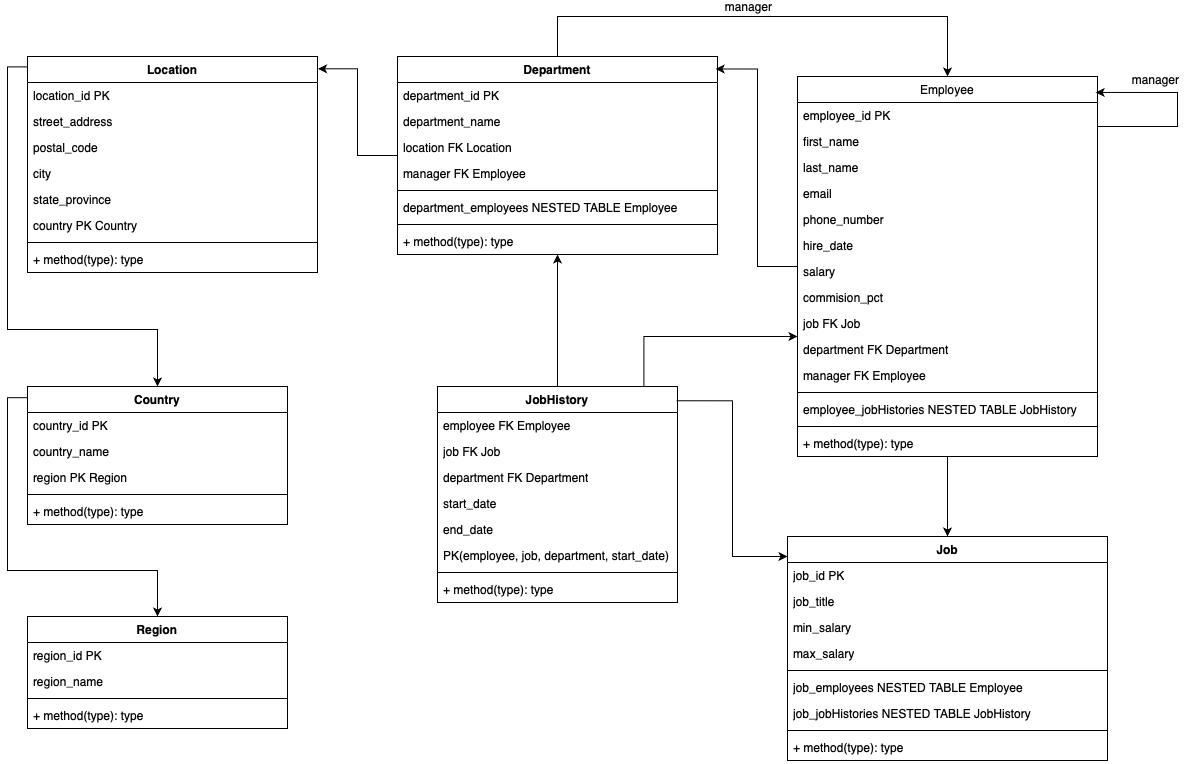
diogofonte/feup-tbd keeps this draw.io diagram as project2/data_model/object-relational-data-model-diagram.png. Above is the earlier version. Source tidied: cells renumbered, new cells last; positions are measured from the earlier drawing's top-left corner, leaving out a move shared by most shapes.
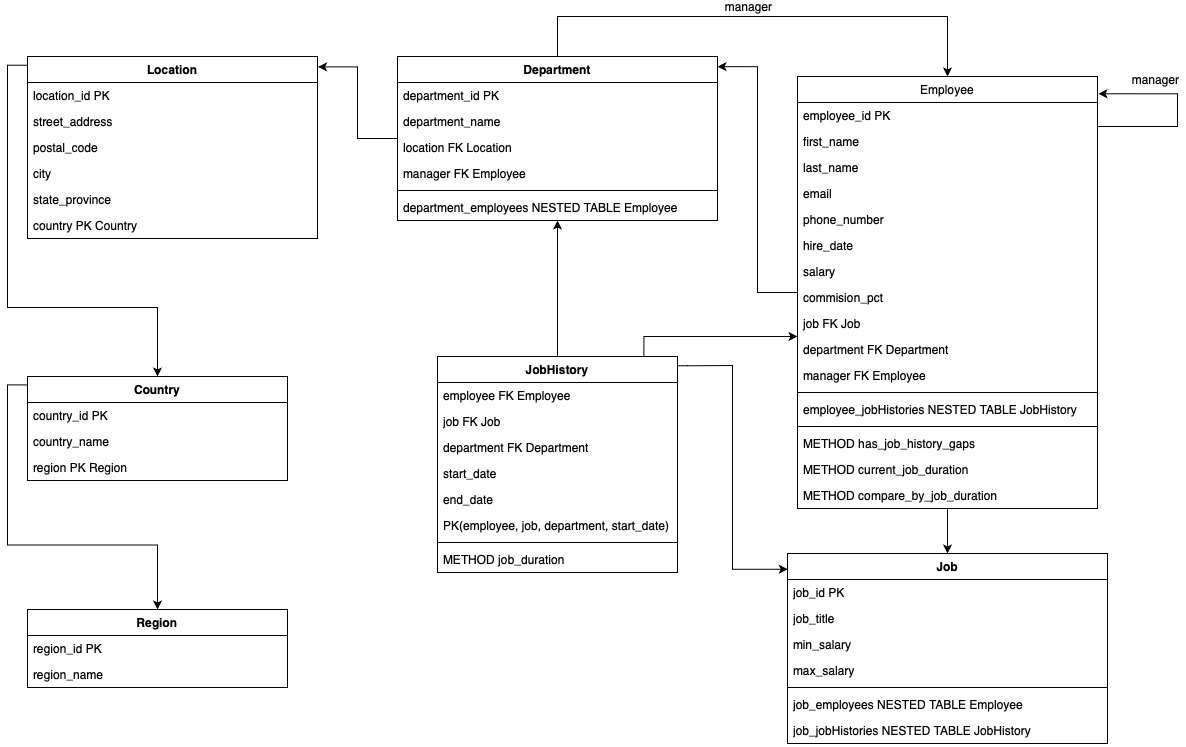
The same diagram one commit later.

Commit message:
fix: modified data model diagram

Change to the diagram source:
```diff
@@ -6,7 +6,7 @@
       <mxGeometry relative="1" as="geometry" />
     </mxCell>
     <mxCell id="3" value="Employee" style="swimlane;fontStyle=0;align=center;verticalAlign=top;horizontal=1;startSize=26;rounded=0;shadow=0;strokeWidth=1;swimlaneLine=1;" parent="1" vertex="1">
-      <mxGeometry x="770" y="70" width="300" height="380" as="geometry" />
+      <mxGeometry x="770" y="70" width="300" height="432" as="geometry" />
     </mxCell>
     <mxCell id="4" value="employee_id PK" style="text;align=left;verticalAlign=top;spacingLeft=4;spacingRight=4;overflow=hidden;" parent="3" vertex="1">
       <mxGeometry y="26" width="300" height="26" as="geometry" />
@@ -50,14 +50,20 @@
     <mxCell id="17" style="line;html=1;strokeWidth=1;align=left;verticalAlign=middle;spacingTop=-1;spacingLeft=3;spacingRight=3;labelPosition=right;" parent="3" vertex="1">
       <mxGeometry y="346" width="300" height="8" as="geometry" />
     </mxCell>
-    <mxCell id="18" value="+ method(type): type" style="text;strokeColor=none;fillColor=none;align=left;verticalAlign=top;spacingLeft=4;spacingRight=4;overflow=hidden;whiteSpace=wrap;html=1;fontFamily=Helvetica;fontSize=12;fontColor=default;fontStyle=0;" parent="3" vertex="1">
+    <mxCell id="18" value="METHOD has_job_history_gaps" style="text;strokeColor=none;fillColor=none;align=left;verticalAlign=top;spacingLeft=4;spacingRight=4;overflow=hidden;whiteSpace=wrap;html=1;fontFamily=Helvetica;fontSize=12;fontColor=default;fontStyle=0;" parent="3" vertex="1">
       <mxGeometry y="354" width="300" height="26" as="geometry" />
     </mxCell>
+    <mxCell id="78" value="METHOD current_job_duration" style="text;strokeColor=none;fillColor=none;align=left;verticalAlign=top;spacingLeft=4;spacingRight=4;overflow=hidden;whiteSpace=wrap;html=1;fontFamily=Helvetica;fontSize=12;fontColor=default;fontStyle=0;" parent="3" vertex="1">
+      <mxGeometry y="380" width="300" height="26" as="geometry" />
+    </mxCell>
+    <mxCell id="79" value="METHOD compare_by_job_duration" style="text;strokeColor=none;fillColor=none;align=left;verticalAlign=top;spacingLeft=4;spacingRight=4;overflow=hidden;whiteSpace=wrap;html=1;fontFamily=Helvetica;fontSize=12;fontColor=default;fontStyle=0;" parent="3" vertex="1">
+      <mxGeometry y="406" width="300" height="26" as="geometry" />
+    </mxCell>
-    <mxCell id="19" style="edgeStyle=orthogonalEdgeStyle;rounded=0;orthogonalLoop=1;jettySize=auto;html=1;entryX=0.994;entryY=0.042;entryDx=0;entryDy=0;entryPerimeter=0;" parent="1" edge="1" source="3" target="3">
+    <mxCell id="19" style="edgeStyle=orthogonalEdgeStyle;rounded=0;orthogonalLoop=1;jettySize=auto;html=1;entryX=1.003;entryY=0.04;entryDx=0;entryDy=0;entryPerimeter=0;" parent="1" edge="1" source="3" target="3">
       <mxGeometry relative="1" as="geometry">
         <Array as="points">
           <mxPoint x="1150" y="120" />
-          <mxPoint x="1150" y="86" />
+          <mxPoint x="1150" y="87" />
         </Array>
       </mxGeometry>
     </mxCell>
@@ -65,7 +71,7 @@
       <mxGeometry x="1127" y="73" as="geometry" />
     </mxCell>
     <mxCell id="21" value="JobHistory" style="swimlane;fontStyle=1;align=center;verticalAlign=top;horizontal=1;startSize=26;whiteSpace=wrap;html=1;rounded=0;shadow=0;strokeColor=default;strokeWidth=1;fontFamily=Helvetica;fontSize=12;fontColor=default;fillColor=default;" parent="1" vertex="1">
-      <mxGeometry x="410" y="380" width="240" height="216" as="geometry" />
+      <mxGeometry x="410" y="350" width="240" height="216" as="geometry" />
     </mxCell>
     <mxCell id="22" value="employee FK Employee" style="text;strokeColor=none;fillColor=none;align=left;verticalAlign=top;spacingLeft=4;spacingRight=4;overflow=hidden;whiteSpace=wrap;html=1;fontFamily=Helvetica;fontSize=12;fontColor=default;fontStyle=0;" parent="21" vertex="1">
       <mxGeometry y="26" width="240" height="26" as="geometry" />
@@ -88,7 +94,7 @@
     <mxCell id="28" style="line;strokeWidth=1;fillColor=none;align=left;verticalAlign=middle;spacingTop=-1;spacingLeft=3;spacingRight=3;labelPosition=right;strokeColor=inherit;rounded=0;shadow=0;fontFamily=Helvetica;fontSize=12;fontColor=default;fontStyle=0;" parent="21" vertex="1">
       <mxGeometry y="182" width="240" height="8" as="geometry" />
     </mxCell>
-    <mxCell id="29" value="+ method(type): type" style="text;strokeColor=none;fillColor=none;align=left;verticalAlign=top;spacingLeft=4;spacingRight=4;overflow=hidden;whiteSpace=wrap;html=1;fontFamily=Helvetica;fontSize=12;fontColor=default;fontStyle=0;" parent="21" vertex="1">
+    <mxCell id="29" value="METHOD job_duration" style="text;strokeColor=none;fillColor=none;align=left;verticalAlign=top;spacingLeft=4;spacingRight=4;overflow=hidden;whiteSpace=wrap;html=1;fontFamily=Helvetica;fontSize=12;fontColor=default;fontStyle=0;" parent="21" vertex="1">
       <mxGeometry y="190" width="240" height="26" as="geometry" />
     </mxCell>
     <mxCell id="30" style="edgeStyle=orthogonalEdgeStyle;rounded=0;jettySize=auto;html=1;entryX=0.5;entryY=0;entryDx=0;entryDy=0;fontFamily=Helvetica;fontSize=12;fontColor=default;fontStyle=0;" parent="1" edge="1" source="32" target="3">
@@ -103,7 +109,7 @@
       <mxGeometry relative="1" as="geometry" />
     </mxCell>
     <mxCell id="32" value="Department" style="swimlane;fontStyle=1;align=center;verticalAlign=top;horizontal=1;startSize=26;whiteSpace=wrap;html=1;rounded=0;shadow=0;strokeColor=default;strokeWidth=1;fontFamily=Helvetica;fontSize=12;fontColor=default;fillColor=default;" parent="1" vertex="1">
-      <mxGeometry x="370" y="50" width="320" height="198" as="geometry" />
+      <mxGeometry x="370" y="50" width="320" height="164" as="geometry" />
     </mxCell>
     <mxCell id="33" value="department_id PK" style="text;strokeColor=none;fillColor=none;align=left;verticalAlign=top;spacingLeft=4;spacingRight=4;overflow=hidden;whiteSpace=wrap;html=1;fontFamily=Helvetica;fontSize=12;fontColor=default;fontStyle=0;" parent="32" vertex="1">
       <mxGeometry y="26" width="320" height="26" as="geometry" />
@@ -123,14 +129,8 @@
     <mxCell id="38" value="department_employees NESTED TABLE Employee" style="text;strokeColor=none;fillColor=none;align=left;verticalAlign=top;spacingLeft=4;spacingRight=4;overflow=hidden;whiteSpace=wrap;html=1;fontFamily=Helvetica;fontSize=12;fontColor=default;fontStyle=0;" parent="32" vertex="1">
       <mxGeometry y="138" width="320" height="26" as="geometry" />
     </mxCell>
-    <mxCell id="39" style="line;strokeWidth=1;fillColor=none;align=left;verticalAlign=middle;spacingTop=-1;spacingLeft=3;spacingRight=3;labelPosition=right;strokeColor=inherit;rounded=0;shadow=0;fontFamily=Helvetica;fontSize=12;fontColor=default;fontStyle=0;" parent="32" vertex="1">
-      <mxGeometry y="164" width="320" height="8" as="geometry" />
-    </mxCell>
-    <mxCell id="40" value="+ method(type): type" style="text;strokeColor=none;fillColor=none;align=left;verticalAlign=top;spacingLeft=4;spacingRight=4;overflow=hidden;whiteSpace=wrap;html=1;fontFamily=Helvetica;fontSize=12;fontColor=default;fontStyle=0;" parent="32" vertex="1">
-      <mxGeometry y="172" width="320" height="26" as="geometry" />
-    </mxCell>
     <mxCell id="41" value="Location" style="swimlane;fontStyle=1;align=center;verticalAlign=top;horizontal=1;startSize=26;whiteSpace=wrap;html=1;rounded=0;shadow=0;strokeColor=default;strokeWidth=1;fontFamily=Helvetica;fontSize=12;fontColor=default;fillColor=default;" parent="1" vertex="1">
-      <mxGeometry y="50" width="290" height="216" as="geometry" />
+      <mxGeometry y="50" width="290" height="182" as="geometry" />
     </mxCell>
     <mxCell id="42" value="location_id PK" style="text;strokeColor=none;fillColor=none;align=left;verticalAlign=top;spacingLeft=4;spacingRight=4;overflow=hidden;whiteSpace=wrap;html=1;fontFamily=Helvetica;fontSize=12;fontColor=default;fontStyle=0;" parent="41" vertex="1">
       <mxGeometry y="26" width="290" height="26" as="geometry" />
@@ -150,14 +150,8 @@
     <mxCell id="47" value="country PK Country" style="text;strokeColor=none;fillColor=none;align=left;verticalAlign=top;spacingLeft=4;spacingRight=4;overflow=hidden;whiteSpace=wrap;html=1;fontFamily=Helvetica;fontSize=12;fontColor=default;fontStyle=0;" parent="41" vertex="1">
       <mxGeometry y="156" width="290" height="26" as="geometry" />
     </mxCell>
-    <mxCell id="48" style="line;strokeWidth=1;fillColor=none;align=left;verticalAlign=middle;spacingTop=-1;spacingLeft=3;spacingRight=3;labelPosition=right;strokeColor=inherit;rounded=0;shadow=0;fontFamily=Helvetica;fontSize=12;fontColor=default;fontStyle=0;" parent="41" vertex="1">
-      <mxGeometry y="182" width="290" height="8" as="geometry" />
-    </mxCell>
-    <mxCell id="49" value="+ method(type): type" style="text;strokeColor=none;fillColor=none;align=left;verticalAlign=top;spacingLeft=4;spacingRight=4;overflow=hidden;whiteSpace=wrap;html=1;fontFamily=Helvetica;fontSize=12;fontColor=default;fontStyle=0;" parent="41" vertex="1">
-      <mxGeometry y="190" width="290" height="26" as="geometry" />
-    </mxCell>
     <mxCell id="50" value="Country" style="swimlane;fontStyle=1;align=center;verticalAlign=top;horizontal=1;startSize=26;whiteSpace=wrap;html=1;rounded=0;shadow=0;strokeColor=default;strokeWidth=1;fontFamily=Helvetica;fontSize=12;fontColor=default;fillColor=default;" parent="1" vertex="1">
-      <mxGeometry y="380" width="260" height="138" as="geometry" />
+      <mxGeometry y="370" width="260" height="104" as="geometry" />
     </mxCell>
     <mxCell id="51" value="country_id PK" style="text;strokeColor=none;fillColor=none;align=left;verticalAlign=top;spacingLeft=4;spacingRight=4;overflow=hidden;whiteSpace=wrap;html=1;fontFamily=Helvetica;fontSize=12;fontColor=default;fontStyle=0;" parent="50" vertex="1">
       <mxGeometry y="26" width="260" height="26" as="geometry" />
@@ -168,14 +162,8 @@
     <mxCell id="53" value="region PK Region" style="text;strokeColor=none;fillColor=none;align=left;verticalAlign=top;spacingLeft=4;spacingRight=4;overflow=hidden;whiteSpace=wrap;html=1;fontFamily=Helvetica;fontSize=12;fontColor=default;fontStyle=0;" parent="50" vertex="1">
       <mxGeometry y="78" width="260" height="26" as="geometry" />
     </mxCell>
-    <mxCell id="54" style="line;html=1;strokeWidth=1;align=left;verticalAlign=middle;spacingTop=-1;spacingLeft=3;spacingRight=3;labelPosition=right;" parent="50" vertex="1">
-      <mxGeometry y="104" width="260" height="8" as="geometry" />
-    </mxCell>
-    <mxCell id="55" value="+ method(type): type" style="text;strokeColor=none;fillColor=none;align=left;verticalAlign=top;spacingLeft=4;spacingRight=4;overflow=hidden;whiteSpace=wrap;html=1;fontFamily=Helvetica;fontSize=12;fontColor=default;fontStyle=0;" parent="50" vertex="1">
-      <mxGeometry y="112" width="260" height="26" as="geometry" />
-    </mxCell>
     <mxCell id="56" value="Region" style="swimlane;fontStyle=1;align=center;verticalAlign=top;horizontal=1;startSize=26;whiteSpace=wrap;html=1;rounded=0;shadow=0;strokeColor=default;strokeWidth=1;fontFamily=Helvetica;fontSize=12;fontColor=default;fillColor=default;" parent="1" vertex="1">
-      <mxGeometry y="610" width="260" height="112" as="geometry" />
+      <mxGeometry y="603" width="260" height="78" as="geometry" />
     </mxCell>
     <mxCell id="57" value="region_id PK" style="text;strokeColor=none;fillColor=none;align=left;verticalAlign=top;spacingLeft=4;spacingRight=4;overflow=hidden;whiteSpace=wrap;html=1;fontFamily=Helvetica;fontSize=12;fontColor=default;fontStyle=0;" parent="56" vertex="1">
       <mxGeometry y="26" width="260" height="26" as="geometry" />
@@ -183,12 +171,6 @@
     <mxCell id="58" value="region_name" style="text;strokeColor=none;fillColor=none;align=left;verticalAlign=top;spacingLeft=4;spacingRight=4;overflow=hidden;whiteSpace=wrap;html=1;fontFamily=Helvetica;fontSize=12;fontColor=default;fontStyle=0;" parent="56" vertex="1">
       <mxGeometry y="52" width="260" height="26" as="geometry" />
     </mxCell>
-    <mxCell id="59" style="line;strokeWidth=1;fillColor=none;align=left;verticalAlign=middle;spacingTop=-1;spacingLeft=3;spacingRight=3;labelPosition=right;strokeColor=inherit;rounded=0;shadow=0;fontFamily=Helvetica;fontSize=12;fontColor=default;fontStyle=0;" parent="56" vertex="1">
-      <mxGeometry y="78" width="260" height="8" as="geometry" />
-    </mxCell>
-    <mxCell id="60" value="+ method(type): type" style="text;strokeColor=none;fillColor=none;align=left;verticalAlign=top;spacingLeft=4;spacingRight=4;overflow=hidden;whiteSpace=wrap;html=1;fontFamily=Helvetica;fontSize=12;fontColor=default;fontStyle=0;" parent="56" vertex="1">
-      <mxGeometry y="86" width="260" height="26" as="geometry" />
-    </mxCell>
     <mxCell id="61" style="edgeStyle=orthogonalEdgeStyle;rounded=0;jettySize=auto;html=1;fontFamily=Helvetica;fontSize=12;fontColor=default;fontStyle=0;exitX=-0.001;exitY=0.048;exitDx=0;exitDy=0;exitPerimeter=0;" parent="1" edge="1" source="41" target="50">
       <mxGeometry relative="1" as="geometry" />
     </mxCell>
@@ -196,7 +178,7 @@
       <mxGeometry relative="1" as="geometry" />
     </mxCell>
     <mxCell id="63" value="Job" style="swimlane;fontStyle=1;align=center;verticalAlign=top;horizontal=1;startSize=26;whiteSpace=wrap;html=1;rounded=0;shadow=0;strokeColor=default;strokeWidth=1;fontFamily=Helvetica;fontSize=12;fontColor=default;fillColor=default;" parent="1" vertex="1">
-      <mxGeometry x="760" y="530" width="320" height="224" as="geometry" />
+      <mxGeometry x="760" y="547" width="320" height="190" as="geometry" />
     </mxCell>
     <mxCell id="64" value="job_id PK" style="text;strokeColor=none;fillColor=none;align=left;verticalAlign=top;spacingLeft=4;spacingRight=4;overflow=hidden;whiteSpace=wrap;html=1;fontFamily=Helvetica;fontSize=12;fontColor=default;fontStyle=0;" parent="63" vertex="1">
       <mxGeometry y="26" width="320" height="26" as="geometry" />
@@ -219,16 +201,10 @@
     <mxCell id="70" value="job_jobHistories NESTED TABLE JobHistory" style="text;strokeColor=none;fillColor=none;align=left;verticalAlign=top;spacingLeft=4;spacingRight=4;overflow=hidden;whiteSpace=wrap;html=1;fontFamily=Helvetica;fontSize=12;fontColor=default;fontStyle=0;" parent="63" vertex="1">
       <mxGeometry y="164" width="320" height="26" as="geometry" />
     </mxCell>
-    <mxCell id="71" style="line;strokeWidth=1;fillColor=none;align=left;verticalAlign=middle;spacingTop=-1;spacingLeft=3;spacingRight=3;labelPosition=right;strokeColor=inherit;rounded=0;shadow=0;fontFamily=Helvetica;fontSize=12;fontColor=default;fontStyle=0;" parent="63" vertex="1">
-      <mxGeometry y="190" width="320" height="8" as="geometry" />
-    </mxCell>
-    <mxCell id="72" value="+ method(type): type" style="text;strokeColor=none;fillColor=none;align=left;verticalAlign=top;spacingLeft=4;spacingRight=4;overflow=hidden;whiteSpace=wrap;html=1;fontFamily=Helvetica;fontSize=12;fontColor=default;fontStyle=0;" parent="63" vertex="1">
-      <mxGeometry y="198" width="320" height="26" as="geometry" />
-    </mxCell>
     <mxCell id="73" style="edgeStyle=orthogonalEdgeStyle;rounded=0;jettySize=auto;html=1;entryX=1.002;entryY=0.057;entryDx=0;entryDy=0;entryPerimeter=0;fontFamily=Helvetica;fontSize=12;fontColor=default;fontStyle=0;" parent="1" edge="1" source="32" target="41">
       <mxGeometry relative="1" as="geometry" />
     </mxCell>
-    <mxCell id="74" style="edgeStyle=orthogonalEdgeStyle;rounded=0;jettySize=auto;html=1;entryX=0.994;entryY=0.063;entryDx=0;entryDy=0;entryPerimeter=0;fontFamily=Helvetica;fontSize=12;fontColor=default;fontStyle=0;" parent="1" edge="1" source="3" target="32">
+    <mxCell id="74" style="edgeStyle=orthogonalEdgeStyle;rounded=0;jettySize=auto;html=1;entryX=1;entryY=0.062;entryDx=0;entryDy=0;entryPerimeter=0;fontFamily=Helvetica;fontSize=12;fontColor=default;fontStyle=0;" parent="1" edge="1" source="3" target="32">
       <mxGeometry relative="1" as="geometry" />
     </mxCell>
     <mxCell id="75" value="manager" style="text;html=1;align=center;verticalAlign=middle;labelBackgroundColor=none;rounded=0;shadow=0;strokeWidth=1;fontSize=12;" parent="1" vertex="1">
@@ -241,11 +217,12 @@
         </Array>
       </mxGeometry>
     </mxCell>
-    <mxCell id="77" style="edgeStyle=orthogonalEdgeStyle;rounded=0;jettySize=auto;html=1;fontFamily=Helvetica;fontSize=12;fontColor=default;fontStyle=0;exitX=0.996;exitY=0.066;exitDx=0;exitDy=0;exitPerimeter=0;" parent="1" edge="1" source="21" target="63">
+    <mxCell id="77" style="edgeStyle=orthogonalEdgeStyle;rounded=0;jettySize=auto;html=1;fontFamily=Helvetica;fontSize=12;fontColor=default;fontStyle=0;exitX=1.002;exitY=0.043;exitDx=0;exitDy=0;exitPerimeter=0;entryX=0.001;entryY=0.083;entryDx=0;entryDy=0;entryPerimeter=0;" parent="1" edge="1" source="21" target="63">
       <mxGeometry relative="1" as="geometry">
         <Array as="points">
-          <mxPoint x="705" y="394" />
-          <mxPoint x="705" y="550" />
+          <mxPoint x="660" y="359" />
+          <mxPoint x="705" y="359" />
+          <mxPoint x="705" y="563" />
         </Array>
       </mxGeometry>
     </mxCell>
```
